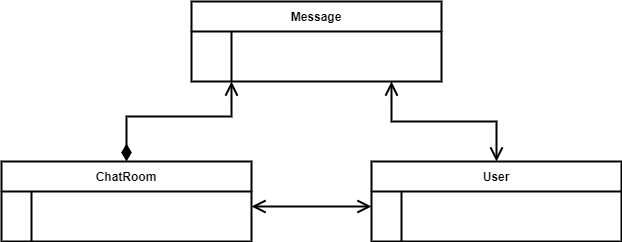
Above: lab/img/lab1_objects_diagram.png in Aikmiros/Dotnet-labs (draw.io), before the change. Source tidied: cells renumbered, new cells last; positions are measured from the earlier drawing's top-left corner, leaving out a move shared by most shapes.
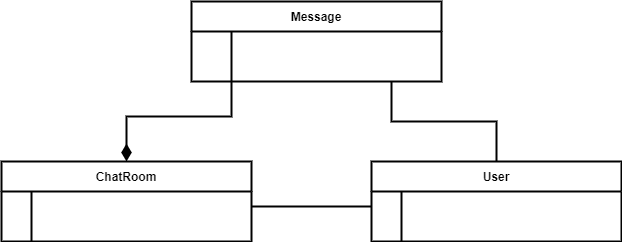
Above is the later version.

Commit message:
changed objects_diagram

Change to the diagram source:
```diff
@@ -14,7 +14,7 @@
     <mxCell id="5" style="shape=partialRectangle;overflow=hidden;fillColor=none;top=0;left=0;bottom=0;right=0;align=left;spacingLeft=6;" parent="3" vertex="1">
       <mxGeometry x="40" width="210" height="30" as="geometry" />
     </mxCell>
-    <mxCell id="6" style="edgeStyle=orthogonalEdgeStyle;rounded=0;jettySize=auto;html=1;strokeWidth=2;endArrow=open;endFill=0;targetPerimeterSpacing=0;endSize=10;startArrow=open;startFill=0;startSize=10;" parent="1" edge="1" source="7">
+    <mxCell id="6" style="edgeStyle=orthogonalEdgeStyle;rounded=0;jettySize=auto;html=1;strokeWidth=2;endArrow=none;endFill=0;targetPerimeterSpacing=0;endSize=10;startArrow=none;startFill=0;startSize=10;" parent="1" edge="1" source="7">
       <mxGeometry relative="1" as="geometry">
         <mxPoint x="390" y="80" as="targetPoint" />
       </mxGeometry>
@@ -31,7 +31,7 @@
     <mxCell id="10" style="shape=partialRectangle;overflow=hidden;fillColor=none;top=0;left=0;bottom=0;right=0;align=left;spacingLeft=6;" parent="8" vertex="1">
       <mxGeometry x="30" width="220" height="30" as="geometry" />
     </mxCell>
-    <mxCell id="11" style="edgeStyle=orthogonalEdgeStyle;jettySize=auto;html=1;rounded=0;endArrow=open;endFill=0;strokeWidth=2;startArrow=diamondThin;startFill=1;startSize=12;endSize=10;" parent="1" edge="1" source="12">
+    <mxCell id="11" style="edgeStyle=orthogonalEdgeStyle;jettySize=auto;html=1;rounded=0;endArrow=none;endFill=0;strokeWidth=2;startArrow=diamondThin;startFill=1;startSize=12;endSize=10;" parent="1" edge="1" source="12">
       <mxGeometry relative="1" as="geometry">
         <mxPoint x="230" y="80" as="targetPoint" />
       </mxGeometry>
@@ -48,7 +48,7 @@
     <mxCell id="15" style="shape=partialRectangle;overflow=hidden;fillColor=none;top=0;left=0;bottom=0;right=0;align=left;spacingLeft=6;" parent="13" vertex="1">
       <mxGeometry x="30" width="220" height="30" as="geometry" />
     </mxCell>
-    <mxCell id="16" style="edgeStyle=orthogonalEdgeStyle;rounded=0;jettySize=auto;html=1;entryX=0;entryY=0.5;entryDx=0;entryDy=0;strokeWidth=2;startArrow=open;startFill=0;startSize=10;endArrow=open;endFill=0;endSize=10;" parent="1" edge="1" source="13" target="8">
+    <mxCell id="16" style="edgeStyle=orthogonalEdgeStyle;rounded=0;jettySize=auto;html=1;entryX=0;entryY=0.5;entryDx=0;entryDy=0;strokeWidth=2;startArrow=none;startFill=0;startSize=10;endArrow=none;endFill=0;endSize=10;" parent="1" edge="1" source="13" target="8">
       <mxGeometry relative="1" as="geometry" />
     </mxCell>
   </root>
```
